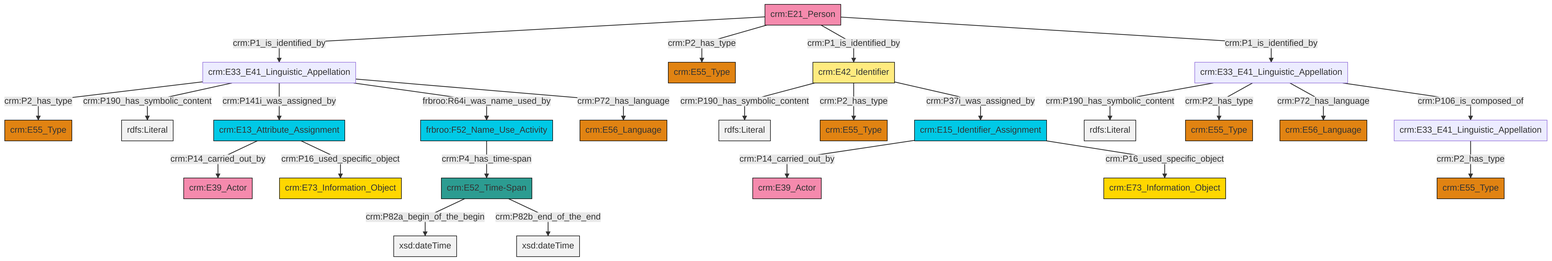
swiss-art-research-net/docs.swissartresearch keeps this Mermaid diagram as et/personCSV/ttl/mmd/png/Person_Names_and_Classification.png. Above is the earlier version. Its source is kept beside it as et/personCSV/ttl/mmd/Person_Names_and_Classification.ttl.mmd.
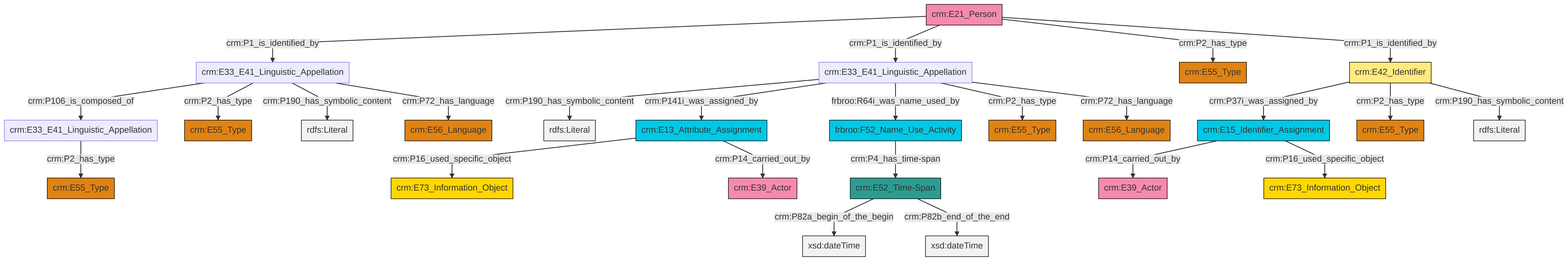
Above is the later version.

The edit, as a diff of the source:
```diff
@@ -13,27 +13,27 @@
 classDef PC_Classes fill:#4ce600, stroke:#000000;
 classDef Multi fill:#cccccc,stroke:#000000;
 
-2["crm:E21_Person"]:::Actor -->|crm:P1_is_identified_by| 4["crm:E33_E41_Linguistic_Appellation"]:::Default
-2["crm:E21_Person"]:::Actor -->|crm:P2_has_type| 5["crm:E55_Type"]:::Type
-6["crm:E42_Identifier"]:::Appellation -->|crm:P190_has_symbolic_content| 7[rdfs:Literal]:::Literal
-4["crm:E33_E41_Linguistic_Appellation"]:::Default -->|crm:P2_has_type| 10["crm:E55_Type"]:::Type
-2["crm:E21_Person"]:::Actor -->|crm:P1_is_identified_by| 6["crm:E42_Identifier"]:::Appellation
-4["crm:E33_E41_Linguistic_Appellation"]:::Default -->|crm:P190_has_symbolic_content| 18[rdfs:Literal]:::Literal
-14["crm:E15_Identifier_Assignment"]:::Temporal_Entity -->|crm:P14_carried_out_by| 8["crm:E39_Actor"]:::Actor
-23["crm:E13_Attribute_Assignment"]:::Temporal_Entity -->|crm:P14_carried_out_by| 11["crm:E39_Actor"]:::Actor
-4["crm:E33_E41_Linguistic_Appellation"]:::Default -->|crm:P141i_was_assigned_by| 23["crm:E13_Attribute_Assignment"]:::Temporal_Entity
-24["crm:E52_Time-Span"]:::Time-Span -->|crm:P82a_begin_of_the_begin| 30[xsd:dateTime]:::Literal
-6["crm:E42_Identifier"]:::Appellation -->|crm:P2_has_type| 31["crm:E55_Type"]:::Type
-26["frbroo:F52_Name_Use_Activity"]:::Temporal_Entity -->|crm:P4_has_time-span| 24["crm:E52_Time-Span"]:::Time-Span
-28["crm:E33_E41_Linguistic_Appellation"]:::Default -->|crm:P190_has_symbolic_content| 32[rdfs:Literal]:::Literal
-24["crm:E52_Time-Span"]:::Time-Span -->|crm:P82b_end_of_the_end| 33[xsd:dateTime]:::Literal
-4["crm:E33_E41_Linguistic_Appellation"]:::Default -->|frbroo:R64i_was_name_used_by| 26["frbroo:F52_Name_Use_Activity"]:::Temporal_Entity
-2["crm:E21_Person"]:::Actor -->|crm:P1_is_identified_by| 28["crm:E33_E41_Linguistic_Appellation"]:::Default
-28["crm:E33_E41_Linguistic_Appellation"]:::Default -->|crm:P2_has_type| 37["crm:E55_Type"]:::Type
-23["crm:E13_Attribute_Assignment"]:::Temporal_Entity -->|crm:P16_used_specific_object| 16["crm:E73_Information_Object"]:::Conceptual_Object
-4["crm:E33_E41_Linguistic_Appellation"]:::Default -->|crm:P72_has_language| 34["crm:E56_Language"]:::Type
-28["crm:E33_E41_Linguistic_Appellation"]:::Default -->|crm:P72_has_language| 39["crm:E56_Language"]:::Type
-6["crm:E42_Identifier"]:::Appellation -->|crm:P37i_was_assigned_by| 14["crm:E15_Identifier_Assignment"]:::Temporal_Entity
-0["crm:E33_E41_Linguistic_Appellation"]:::Default -->|crm:P2_has_type| 20["crm:E55_Type"]:::Type
-14["crm:E15_Identifier_Assignment"]:::Temporal_Entity -->|crm:P16_used_specific_object| 41["crm:E73_Information_Object"]:::Conceptual_Object
-28["crm:E33_E41_Linguistic_Appellation"]:::Default -->|crm:P106_is_composed_of| 0["crm:E33_E41_Linguistic_Appellation"]:::Default
+0["crm:E42_Identifier"]:::Appellation -->|crm:P37i_was_assigned_by| 1["crm:E15_Identifier_Assignment"]:::Temporal_Entity
+1["crm:E15_Identifier_Assignment"]:::Temporal_Entity -->|crm:P14_carried_out_by| 4["crm:E39_Actor"]:::Actor
+7["crm:E13_Attribute_Assignment"]:::Temporal_Entity -->|crm:P16_used_specific_object| 8["crm:E73_Information_Object"]:::Conceptual_Object
+1["crm:E15_Identifier_Assignment"]:::Temporal_Entity -->|crm:P16_used_specific_object| 2["crm:E73_Information_Object"]:::Conceptual_Object
+21["crm:E33_E41_Linguistic_Appellation"]:::Default -->|crm:P2_has_type| 22["crm:E55_Type"]:::Type
+24["crm:E33_E41_Linguistic_Appellation"]:::Default -->|crm:P106_is_composed_of| 21["crm:E33_E41_Linguistic_Appellation"]:::Default
+16["crm:E33_E41_Linguistic_Appellation"]:::Default -->|crm:P190_has_symbolic_content| 29[rdfs:Literal]:::Literal
+0["crm:E42_Identifier"]:::Appellation -->|crm:P2_has_type| 9["crm:E55_Type"]:::Type
+31["crm:E21_Person"]:::Actor -->|crm:P1_is_identified_by| 24["crm:E33_E41_Linguistic_Appellation"]:::Default
+24["crm:E33_E41_Linguistic_Appellation"]:::Default -->|crm:P2_has_type| 11["crm:E55_Type"]:::Type
+33["crm:E52_Time-Span"]:::Time-Span -->|crm:P82a_begin_of_the_begin| 34[xsd:dateTime]:::Literal
+7["crm:E13_Attribute_Assignment"]:::Temporal_Entity -->|crm:P14_carried_out_by| 35["crm:E39_Actor"]:::Actor
+31["crm:E21_Person"]:::Actor -->|crm:P1_is_identified_by| 16["crm:E33_E41_Linguistic_Appellation"]:::Default
+24["crm:E33_E41_Linguistic_Appellation"]:::Default -->|crm:P190_has_symbolic_content| 36[rdfs:Literal]:::Literal
+31["crm:E21_Person"]:::Actor -->|crm:P2_has_type| 26["crm:E55_Type"]:::Type
+0["crm:E42_Identifier"]:::Appellation -->|crm:P190_has_symbolic_content| 38[rdfs:Literal]:::Literal
+24["crm:E33_E41_Linguistic_Appellation"]:::Default -->|crm:P72_has_language| 39["crm:E56_Language"]:::Type
+16["crm:E33_E41_Linguistic_Appellation"]:::Default -->|crm:P141i_was_assigned_by| 7["crm:E13_Attribute_Assignment"]:::Temporal_Entity
+31["crm:E21_Person"]:::Actor -->|crm:P1_is_identified_by| 0["crm:E42_Identifier"]:::Appellation
+16["crm:E33_E41_Linguistic_Appellation"]:::Default -->|frbroo:R64i_was_name_used_by| 5["frbroo:F52_Name_Use_Activity"]:::Temporal_Entity
+16["crm:E33_E41_Linguistic_Appellation"]:::Default -->|crm:P2_has_type| 19["crm:E55_Type"]:::Type
+5["frbroo:F52_Name_Use_Activity"]:::Temporal_Entity -->|crm:P4_has_time-span| 33["crm:E52_Time-Span"]:::Time-Span
+16["crm:E33_E41_Linguistic_Appellation"]:::Default -->|crm:P72_has_language| 13["crm:E56_Language"]:::Type
+33["crm:E52_Time-Span"]:::Time-Span -->|crm:P82b_end_of_the_end| 45[xsd:dateTime]:::Literal
```
